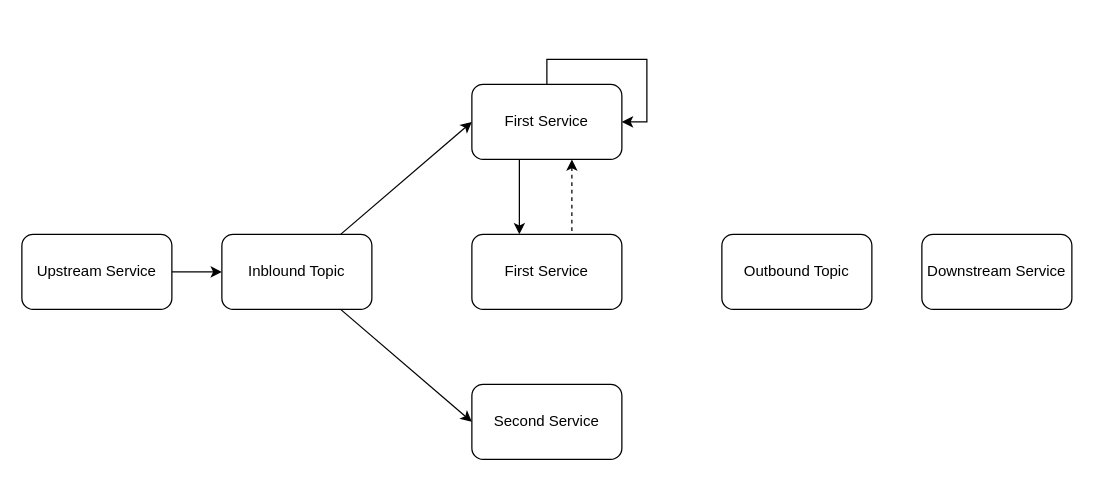
Before: drawio/kafka/kafka-consumer-retry-1.drawio in windowforsun/blog, a draw.io diagram. Source tidied: cells renumbered, new cells numbered last; positions are measured from the earlier drawing's top-left corner, leaving out a move shared by most shapes. Both pictures are drawn from the tidied source at 125%, with x=0, y=0 at pixel (21, 84).
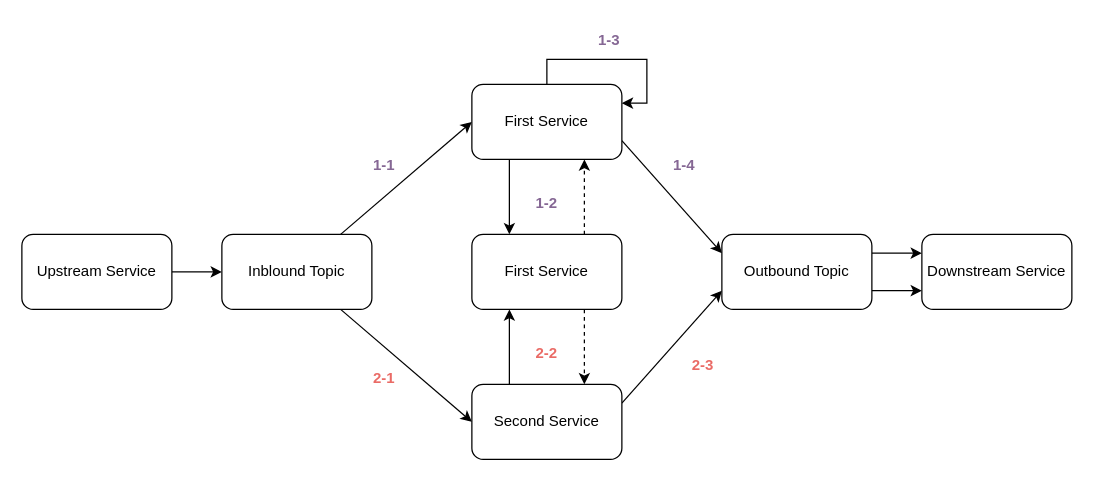
The same diagram, later.

The change refers to these unchanged cells:
```xml
<mxCell id="7" value="First Service" style="rounded=1;whiteSpace=wrap;html=1;" parent="1" vertex="1">
  <mxGeometry x="360" width="120" height="60" as="geometry" />
</mxCell>
<mxCell id="8" value="First Service" style="rounded=1;whiteSpace=wrap;html=1;" parent="1" vertex="1">
  <mxGeometry x="360" y="120" width="120" height="60" as="geometry" />
</mxCell>
<mxCell id="9" value="Second Service" style="rounded=1;whiteSpace=wrap;html=1;" parent="1" vertex="1">
  <mxGeometry x="360" y="240" width="120" height="60" as="geometry" />
</mxCell>
<mxCell id="10" value="Outbound Topic" style="rounded=1;whiteSpace=wrap;html=1;" parent="1" vertex="1">
  <mxGeometry x="560" y="120" width="120" height="60" as="geometry" />
</mxCell>
<mxCell id="11" value="Downstream Service" style="rounded=1;whiteSpace=wrap;html=1;" parent="1" vertex="1">
  <mxGeometry x="720" y="120" width="120" height="60" as="geometry" />
</mxCell>
```

The edit, as a diff of the source:
```diff
@@
+    <mxCell id="15" style="edgeStyle=orthogonalEdgeStyle;rounded=0;jettySize=auto;html=1;exitX=0.25;exitY=1;exitDx=0;exitDy=0;entryX=0.25;entryY=0;entryDx=0;entryDy=0;" parent="1" edge="1" source="7" target="8">
+      <mxGeometry relative="1" as="geometry" />
+    </mxCell>
+    <mxCell id="16" style="rounded=0;jettySize=auto;html=1;entryX=0;entryY=0.25;entryDx=0;entryDy=0;exitX=1;exitY=0.75;exitDx=0;exitDy=0;" parent="1" edge="1" source="7" target="10">
+      <mxGeometry relative="1" as="geometry" />
+    </mxCell>
@@
+    <mxCell id="17" style="edgeStyle=orthogonalEdgeStyle;rounded=0;jettySize=auto;html=1;exitX=0.75;exitY=1;exitDx=0;exitDy=0;entryX=0.75;entryY=0;entryDx=0;entryDy=0;dashed=1;" parent="1" edge="1" source="8" target="9">
+      <mxGeometry relative="1" as="geometry" />
+    </mxCell>
+    <mxCell id="18" style="edgeStyle=orthogonalEdgeStyle;rounded=0;jettySize=auto;html=1;exitX=0.75;exitY=0;exitDx=0;exitDy=0;entryX=0.75;entryY=1;entryDx=0;entryDy=0;dashed=1;" parent="1" edge="1" source="8" target="7">
+      <mxGeometry relative="1" as="geometry" />
+    </mxCell>
@@
+    <mxCell id="19" style="edgeStyle=orthogonalEdgeStyle;rounded=0;jettySize=auto;html=1;exitX=0.25;exitY=0;exitDx=0;exitDy=0;entryX=0.25;entryY=1;entryDx=0;entryDy=0;" parent="1" edge="1" source="9" target="8">
+      <mxGeometry relative="1" as="geometry" />
+    </mxCell>
+    <mxCell id="20" style="rounded=0;jettySize=auto;html=1;exitX=1;exitY=0.25;exitDx=0;exitDy=0;entryX=0;entryY=0.75;entryDx=0;entryDy=0;" parent="1" edge="1" source="9" target="10">
+      <mxGeometry relative="1" as="geometry" />
+    </mxCell>
@@
+    <mxCell id="21" style="edgeStyle=orthogonalEdgeStyle;rounded=0;jettySize=auto;html=1;exitX=1;exitY=0.25;exitDx=0;exitDy=0;entryX=0;entryY=0.25;entryDx=0;entryDy=0;" parent="1" edge="1" source="10" target="11">
+      <mxGeometry relative="1" as="geometry" />
+    </mxCell>
+    <mxCell id="22" style="edgeStyle=orthogonalEdgeStyle;rounded=0;jettySize=auto;html=1;exitX=1;exitY=0.75;exitDx=0;exitDy=0;entryX=0;entryY=0.75;entryDx=0;entryDy=0;" parent="1" edge="1" source="10" target="11">
+      <mxGeometry relative="1" as="geometry" />
+    </mxCell>
@@
-    <mxCell id="12" style="edgeStyle=orthogonalEdgeStyle;rounded=0;orthogonalLoop=1;jettySize=auto;html=1;entryX=0.5;entryY=0;entryDx=0;entryDy=0;" parent="1" edge="1">
-      <mxGeometry relative="1" as="geometry">
-        <mxPoint x="398" y="60" as="sourcePoint" />
-        <mxPoint x="398" y="120" as="targetPoint" />
-      </mxGeometry>
-    </mxCell>
-    <mxCell id="13" style="edgeStyle=orthogonalEdgeStyle;rounded=0;orthogonalLoop=1;jettySize=auto;html=1;entryX=0.5;entryY=0;entryDx=0;entryDy=0;startArrow=classic;startFill=1;endArrow=none;endFill=0;dashed=1;" parent="1" edge="1">
-      <mxGeometry relative="1" as="geometry">
-        <mxPoint x="440" y="60" as="sourcePoint" />
-        <mxPoint x="440" y="120" as="targetPoint" />
-      </mxGeometry>
-    </mxCell>
-    <mxCell id="14" style="edgeStyle=orthogonalEdgeStyle;rounded=0;orthogonalLoop=1;jettySize=auto;html=1;entryX=1;entryY=0.5;entryDx=0;entryDy=0;" parent="1" edge="1" source="7" target="7">
+    <mxCell id="14" style="edgeStyle=orthogonalEdgeStyle;rounded=0;orthogonalLoop=1;jettySize=auto;html=1;entryX=1;entryY=0.25;entryDx=0;entryDy=0;" parent="1" edge="1" source="7" target="7">
       <mxGeometry relative="1" as="geometry" />
     </mxCell>
+    <mxCell id="23" value="&lt;b&gt;1-1&lt;/b&gt;" style="text;html=1;align=center;verticalAlign=middle;whiteSpace=wrap;rounded=0;fontColor=#856794;" parent="1" vertex="1">
+      <mxGeometry x="260" y="50" width="60" height="30" as="geometry" />
+    </mxCell>
+    <mxCell id="24" value="&lt;b&gt;1-2&lt;/b&gt;" style="text;html=1;align=center;verticalAlign=middle;whiteSpace=wrap;rounded=0;fontColor=#856794;" parent="1" vertex="1">
+      <mxGeometry x="390" y="80" width="60" height="30" as="geometry" />
+    </mxCell>
+    <mxCell id="25" value="&lt;b&gt;1-3&lt;/b&gt;" style="text;html=1;align=center;verticalAlign=middle;whiteSpace=wrap;rounded=0;fontColor=#856794;" parent="1" vertex="1">
+      <mxGeometry x="440" y="-50" width="60" height="30" as="geometry" />
+    </mxCell>
+    <mxCell id="26" value="&lt;b&gt;1-4&lt;/b&gt;" style="text;html=1;align=center;verticalAlign=middle;whiteSpace=wrap;rounded=0;fontColor=#856794;" parent="1" vertex="1">
+      <mxGeometry x="500" y="50" width="60" height="30" as="geometry" />
+    </mxCell>
+    <mxCell id="27" value="&lt;b&gt;&lt;font color=&quot;#ea6b66&quot;&gt;2-1&lt;/font&gt;&lt;/b&gt;" style="text;html=1;align=center;verticalAlign=middle;whiteSpace=wrap;rounded=0;fontColor=#4747B3;" parent="1" vertex="1">
+      <mxGeometry x="260" y="220" width="60" height="30" as="geometry" />
+    </mxCell>
+    <mxCell id="28" value="&lt;b&gt;&lt;font color=&quot;#ea6b66&quot;&gt;2-2&lt;/font&gt;&lt;/b&gt;" style="text;html=1;align=center;verticalAlign=middle;whiteSpace=wrap;rounded=0;fontColor=#4747B3;" parent="1" vertex="1">
+      <mxGeometry x="390" y="200" width="60" height="30" as="geometry" />
+    </mxCell>
+    <mxCell id="29" value="&lt;b&gt;&lt;font color=&quot;#ea6b66&quot;&gt;2-3&lt;/font&gt;&lt;/b&gt;" style="text;html=1;align=center;verticalAlign=middle;whiteSpace=wrap;rounded=0;fontColor=#4747B3;" parent="1" vertex="1">
+      <mxGeometry x="515" y="210" width="60" height="30" as="geometry" />
+    </mxCell>
```
